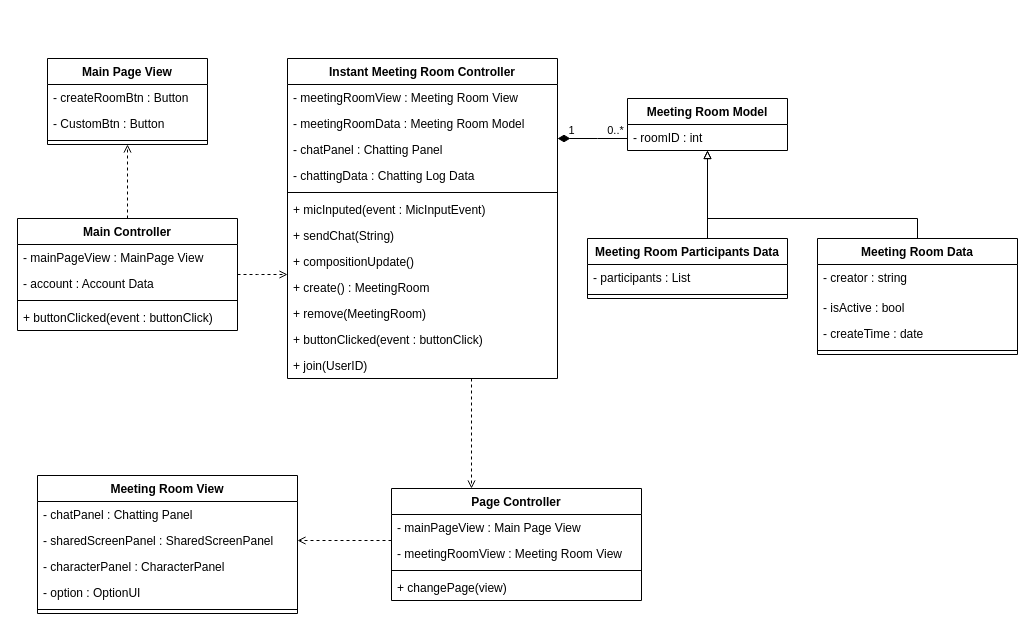
Before: CD1.drawio in ONFFLine/Diagram, a draw.io diagram. Source tidied: cells renumbered, new cells numbered last; positions are measured from the earlier drawing's top-left corner, leaving out a move shared by most shapes. Both pictures are drawn from the tidied source at 100%, with x=0, y=0 at pixel (17, 58).
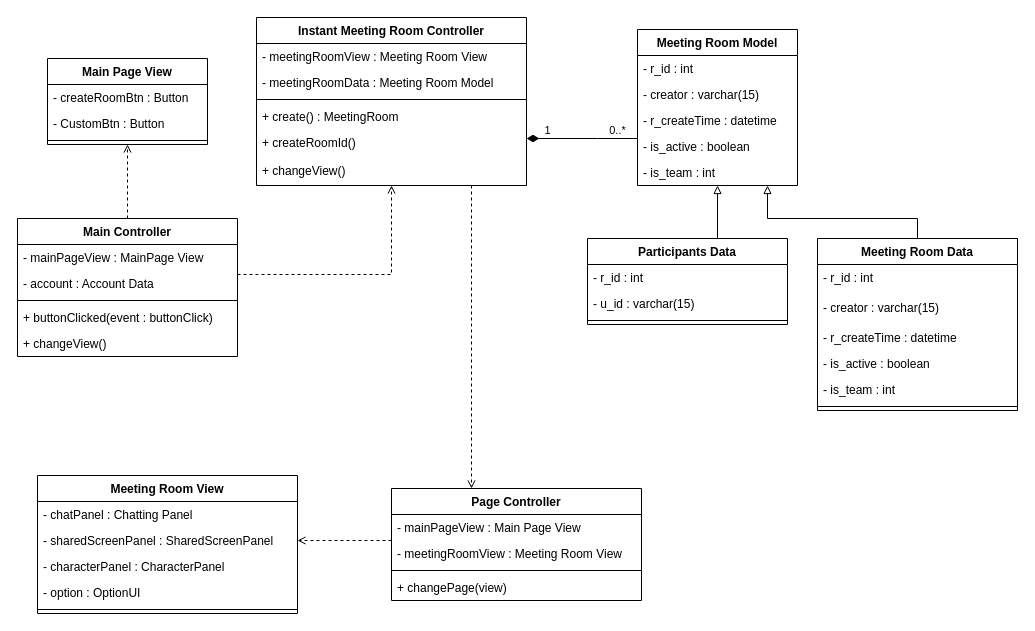
Above is the later version.

The edit, as a diff of the source:
```diff
@@
     <mxCell id="3" value="Instant Meeting Room Controller" style="swimlane;fontStyle=1;align=center;verticalAlign=top;horizontal=1;startSize=26;" parent="1" vertex="1">
-      <mxGeometry x="270" width="270" height="320" as="geometry" />
+      <mxGeometry x="239" y="-41" width="270" height="168" as="geometry" />
     </mxCell>
@@
-    <mxCell id="6" value="- chatPanel : Chatting Panel" style="text;strokeColor=none;fillColor=none;align=left;verticalAlign=top;spacingLeft=4;spacingRight=4;overflow=hidden;" parent="3" vertex="1">
-      <mxGeometry y="78" width="270" height="26" as="geometry" />
-    </mxCell>
-    <mxCell id="7" value="- chattingData : Chatting Log Data" style="text;strokeColor=none;fillColor=none;align=left;verticalAlign=top;spacingLeft=4;spacingRight=4;overflow=hidden;" parent="3" vertex="1">
-      <mxGeometry y="104" width="270" height="26" as="geometry" />
-    </mxCell>
     <mxCell id="8" style="line;strokeWidth=1;fillColor=none;align=left;verticalAlign=middle;spacingTop=-1;spacingLeft=3;spacingRight=3;labelPosition=right;" parent="3" vertex="1">
-      <mxGeometry y="130" width="270" height="8" as="geometry" />
+      <mxGeometry y="78" width="270" height="8" as="geometry" />
     </mxCell>
-    <mxCell id="9" value="+ micInputed(event : MicInputEvent)" style="text;strokeColor=none;fillColor=none;align=left;verticalAlign=top;spacingLeft=4;spacingRight=4;overflow=hidden;" parent="3" vertex="1">
-      <mxGeometry y="138" width="270" height="26" as="geometry" />
-    </mxCell>
-    <mxCell id="10" value="+ sendChat(String)" style="text;strokeColor=none;fillColor=none;align=left;verticalAlign=top;spacingLeft=4;spacingRight=4;overflow=hidden;" parent="3" vertex="1">
-      <mxGeometry y="164" width="270" height="26" as="geometry" />
-    </mxCell>
-    <mxCell id="11" value="+ compositionUpdate()" style="text;strokeColor=none;fillColor=none;align=left;verticalAlign=top;spacingLeft=4;spacingRight=4;overflow=hidden;" parent="3" vertex="1">
-      <mxGeometry y="190" width="270" height="26" as="geometry" />
-    </mxCell>
     <mxCell id="12" value="+ create() : MeetingRoom" style="text;strokeColor=none;fillColor=none;align=left;verticalAlign=top;spacingLeft=4;spacingRight=4;overflow=hidden;" parent="3" vertex="1">
-      <mxGeometry y="216" width="270" height="26" as="geometry" />
+      <mxGeometry y="86" width="270" height="26" as="geometry" />
     </mxCell>
-    <mxCell id="13" value="+ remove(MeetingRoom)" style="text;strokeColor=none;fillColor=none;align=left;verticalAlign=top;spacingLeft=4;spacingRight=4;overflow=hidden;" parent="3" vertex="1">
-      <mxGeometry y="242" width="270" height="26" as="geometry" />
-    </mxCell>
-    <mxCell id="14" value="+ buttonClicked(event : buttonClick)" style="text;strokeColor=none;fillColor=none;align=left;verticalAlign=top;spacingLeft=4;spacingRight=4;overflow=hidden;" parent="3" vertex="1">
-      <mxGeometry y="268" width="270" height="26" as="geometry" />
-    </mxCell>
-    <mxCell id="15" value="+ join(UserID)" style="text;strokeColor=none;fillColor=none;align=left;verticalAlign=top;spacingLeft=4;spacingRight=4;overflow=hidden;" parent="3" vertex="1">
-      <mxGeometry y="294" width="270" height="26" as="geometry" />
+    <mxCell id="15" value="+ createRoomId()" style="text;strokeColor=none;fillColor=none;align=left;verticalAlign=top;spacingLeft=4;spacingRight=4;overflow=hidden;" parent="3" vertex="1">
+      <mxGeometry y="112" width="270" height="28" as="geometry" />
     </mxCell>
+    <mxCell id="54" value="+ changeView()" style="text;strokeColor=none;fillColor=none;align=left;verticalAlign=top;spacingLeft=4;spacingRight=4;overflow=hidden;" parent="3" vertex="1">
+      <mxGeometry y="140" width="270" height="28" as="geometry" />
+    </mxCell>
@@
     <mxCell id="18" value="Main Controller" style="swimlane;fontStyle=1;align=center;verticalAlign=top;horizontal=1;startSize=26;" parent="1" vertex="1">
-      <mxGeometry y="160" width="220" height="112" as="geometry" />
+      <mxGeometry y="160" width="220" height="138" as="geometry" />
     </mxCell>
@@
+    <mxCell id="14" value="+ buttonClicked(event : buttonClick)" style="text;strokeColor=none;fillColor=none;align=left;verticalAlign=top;spacingLeft=4;spacingRight=4;overflow=hidden;" parent="18" vertex="1">
+      <mxGeometry y="86" width="220" height="26" as="geometry" />
+    </mxCell>
-    <mxCell id="22" value="+ buttonClicked(event : buttonClick)" style="text;strokeColor=none;fillColor=none;align=left;verticalAlign=top;spacingLeft=4;spacingRight=4;overflow=hidden;" parent="18" vertex="1">
-      <mxGeometry y="86" width="220" height="26" as="geometry" />
+    <mxCell id="22" value="+ changeView()" style="text;strokeColor=none;fillColor=none;align=left;verticalAlign=top;spacingLeft=4;spacingRight=4;overflow=hidden;" parent="18" vertex="1">
+      <mxGeometry y="112" width="220" height="26" as="geometry" />
     </mxCell>
@@
     <mxCell id="42" value="Meeting Room Model" style="swimlane;fontStyle=1;align=center;verticalAlign=top;horizontal=1;startSize=26;" parent="1" vertex="1">
-      <mxGeometry x="610" y="40" width="160" height="52" as="geometry" />
+      <mxGeometry x="620" y="-29" width="160" height="156" as="geometry" />
     </mxCell>
-    <mxCell id="43" value="- roomID : int" style="text;strokeColor=none;fillColor=none;align=left;verticalAlign=top;spacingLeft=4;spacingRight=4;overflow=hidden;" parent="42" vertex="1">
+    <mxCell id="43" value="- r_id : int" style="text;strokeColor=none;fillColor=none;align=left;verticalAlign=top;spacingLeft=4;spacingRight=4;overflow=hidden;" parent="42" vertex="1">
       <mxGeometry y="26" width="160" height="26" as="geometry" />
     </mxCell>
+    <mxCell id="55" value="- creator : varchar(15)" style="text;strokeColor=none;fillColor=none;align=left;verticalAlign=top;spacingLeft=4;spacingRight=4;overflow=hidden;" parent="42" vertex="1">
+      <mxGeometry y="52" width="160" height="26" as="geometry" />
+    </mxCell>
+    <mxCell id="56" value="- r_createTime : datetime" style="text;strokeColor=none;fillColor=none;align=left;verticalAlign=top;spacingLeft=4;spacingRight=4;overflow=hidden;" parent="42" vertex="1">
+      <mxGeometry y="78" width="160" height="26" as="geometry" />
+    </mxCell>
+    <mxCell id="57" value="- is_active : boolean" style="text;strokeColor=none;fillColor=none;align=left;verticalAlign=top;spacingLeft=4;spacingRight=4;overflow=hidden;" parent="42" vertex="1">
+      <mxGeometry y="104" width="160" height="26" as="geometry" />
+    </mxCell>
+    <mxCell id="58" value="- is_team : int" style="text;strokeColor=none;fillColor=none;align=left;verticalAlign=top;spacingLeft=4;spacingRight=4;overflow=hidden;" parent="42" vertex="1">
+      <mxGeometry y="130" width="160" height="26" as="geometry" />
+    </mxCell>
@@
-    <mxCell id="45" value="Meeting Room Participants Data" style="swimlane;fontStyle=1;align=center;verticalAlign=top;horizontal=1;startSize=26;" parent="1" vertex="1">
-      <mxGeometry x="570" y="180" width="200" height="60" as="geometry" />
+    <mxCell id="45" value="Participants Data" style="swimlane;fontStyle=1;align=center;verticalAlign=top;horizontal=1;startSize=26;" parent="1" vertex="1">
+      <mxGeometry x="570" y="180" width="200" height="86" as="geometry" />
     </mxCell>
+    <mxCell id="59" value="- r_id : int" style="text;strokeColor=none;fillColor=none;align=left;verticalAlign=top;spacingLeft=4;spacingRight=4;overflow=hidden;" parent="45" vertex="1">
+      <mxGeometry y="26" width="200" height="26" as="geometry" />
+    </mxCell>
-    <mxCell id="46" value="- participants : List" style="text;strokeColor=none;fillColor=none;align=left;verticalAlign=top;spacingLeft=4;spacingRight=4;overflow=hidden;" parent="45" vertex="1">
-      <mxGeometry y="26" width="200" height="26" as="geometry" />
+    <mxCell id="46" value="- u_id : varchar(15)" style="text;strokeColor=none;fillColor=none;align=left;verticalAlign=top;spacingLeft=4;spacingRight=4;overflow=hidden;" parent="45" vertex="1">
+      <mxGeometry y="52" width="200" height="26" as="geometry" />
     </mxCell>
     <mxCell id="47" style="line;strokeWidth=1;fillColor=none;align=left;verticalAlign=middle;spacingTop=-1;spacingLeft=3;spacingRight=3;labelPosition=right;" parent="45" vertex="1">
-      <mxGeometry y="52" width="200" height="8" as="geometry" />
+      <mxGeometry y="78" width="200" height="8" as="geometry" />
     </mxCell>
     <mxCell id="48" style="edgeStyle=orthogonalEdgeStyle;rounded=0;jettySize=auto;html=1;endArrow=block;endFill=0;startSize=6;endSize=6;strokeWidth=1;" parent="1" edge="1" source="49" target="42">
       <mxGeometry relative="1" as="geometry">
         <Array as="points">
           <mxPoint x="900" y="160" />
-          <mxPoint x="690" y="160" />
+          <mxPoint x="750" y="160" />
         </Array>
       </mxGeometry>
     </mxCell>
     <mxCell id="49" value="Meeting Room Data" style="swimlane;fontStyle=1;align=center;verticalAlign=top;horizontal=1;startSize=26;" parent="1" vertex="1">
-      <mxGeometry x="800" y="180" width="200" height="116" as="geometry" />
+      <mxGeometry x="800" y="180" width="200" height="172" as="geometry" />
     </mxCell>
+    <mxCell id="60" value="- r_id : int" style="text;strokeColor=none;fillColor=none;align=left;verticalAlign=top;spacingLeft=4;spacingRight=4;overflow=hidden;" parent="49" vertex="1">
+      <mxGeometry y="26" width="200" height="30" as="geometry" />
+    </mxCell>
-    <mxCell id="50" value="- creator : string" style="text;strokeColor=none;fillColor=none;align=left;verticalAlign=top;spacingLeft=4;spacingRight=4;overflow=hidden;" parent="49" vertex="1">
-      <mxGeometry y="26" width="200" height="30" as="geometry" />
+    <mxCell id="50" value="- creator : varchar(15)" style="text;strokeColor=none;fillColor=none;align=left;verticalAlign=top;spacingLeft=4;spacingRight=4;overflow=hidden;" parent="49" vertex="1">
+      <mxGeometry y="56" width="200" height="30" as="geometry" />
     </mxCell>
-    <mxCell id="51" value="- isActive : bool" style="text;strokeColor=none;fillColor=none;align=left;verticalAlign=top;spacingLeft=4;spacingRight=4;overflow=hidden;" parent="49" vertex="1">
-      <mxGeometry y="56" width="200" height="26" as="geometry" />
+    <mxCell id="51" value="- r_createTime : datetime" style="text;strokeColor=none;fillColor=none;align=left;verticalAlign=top;spacingLeft=4;spacingRight=4;overflow=hidden;" parent="49" vertex="1">
+      <mxGeometry y="86" width="200" height="26" as="geometry" />
     </mxCell>
+    <mxCell id="61" value="- is_active : boolean" style="text;strokeColor=none;fillColor=none;align=left;verticalAlign=top;spacingLeft=4;spacingRight=4;overflow=hidden;" parent="49" vertex="1">
+      <mxGeometry y="112" width="200" height="26" as="geometry" />
+    </mxCell>
-    <mxCell id="52" value="- createTime : date" style="text;strokeColor=none;fillColor=none;align=left;verticalAlign=top;spacingLeft=4;spacingRight=4;overflow=hidden;" parent="49" vertex="1">
-      <mxGeometry y="82" width="200" height="26" as="geometry" />
+    <mxCell id="52" value="- is_team : int" style="text;strokeColor=none;fillColor=none;align=left;verticalAlign=top;spacingLeft=4;spacingRight=4;overflow=hidden;" parent="49" vertex="1">
+      <mxGeometry y="138" width="200" height="26" as="geometry" />
     </mxCell>
     <mxCell id="53" style="line;strokeWidth=1;fillColor=none;align=left;verticalAlign=middle;spacingTop=-1;spacingLeft=3;spacingRight=3;labelPosition=right;" parent="49" vertex="1">
-      <mxGeometry y="108" width="200" height="8" as="geometry" />
+      <mxGeometry y="164" width="200" height="8" as="geometry" />
     </mxCell>
```
